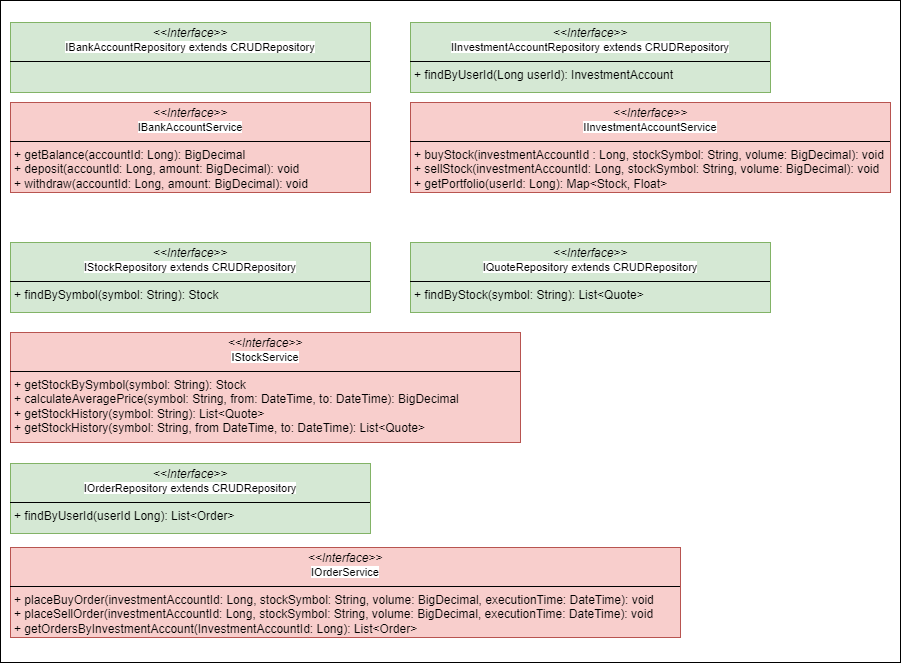
Earlier version of the draw.io export doc/diagrams/STACS_Finance_Interfaces.png (djthomann/FinancePepjekt). Source tidied: cells renumbered, new cells last; positions are measured from the earlier drawing's top-left corner, leaving out a move shared by most shapes.
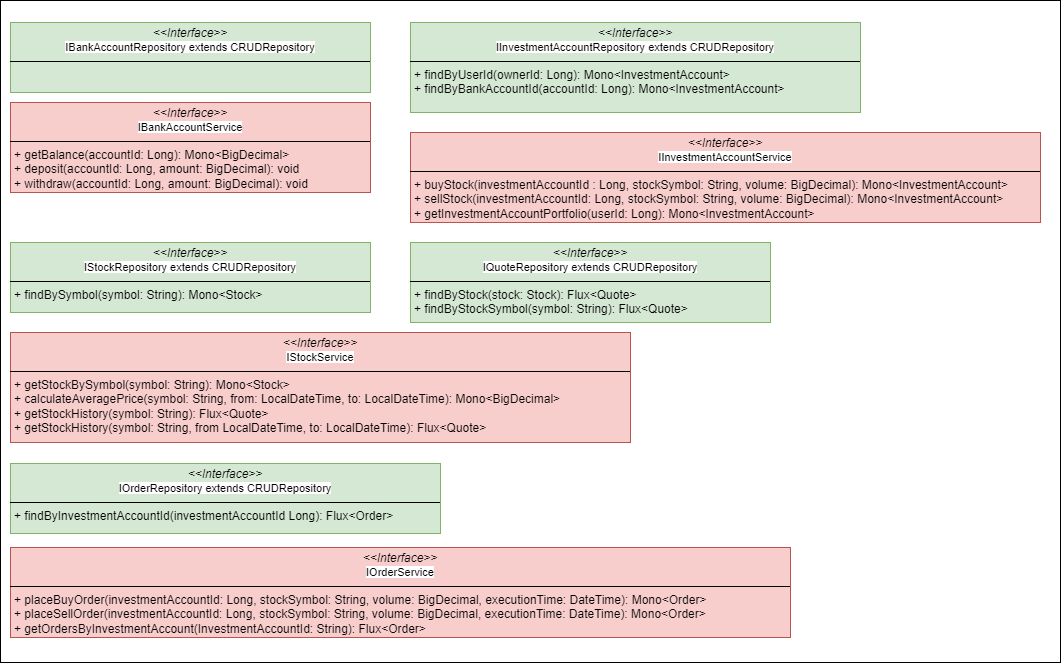
The same diagram one commit later.

Change to the diagram source:
```diff
@@ -3,34 +3,34 @@
     <mxCell id="0" />
     <mxCell id="1" parent="0" />
     <mxCell id="2" style="rounded=0;whiteSpace=wrap;html=1;" parent="1" vertex="1">
-      <mxGeometry width="900" height="662" as="geometry" />
+      <mxGeometry width="1060" height="662" as="geometry" />
     </mxCell>
     <mxCell id="3" value="&lt;p style=&quot;margin:0px;margin-top:4px;text-align:center;&quot;&gt;&lt;i&gt;&amp;lt;&amp;lt;Interface&amp;gt;&amp;gt;&lt;/i&gt;&lt;br&gt;&lt;span style=&quot;font-size: 11px; text-wrap-mode: nowrap; background-color: rgb(255, 255, 255);&quot;&gt;IBankAccountRepository extends CRUDRepository&lt;/span&gt;&lt;/p&gt;&lt;hr size=&quot;1&quot; style=&quot;border-style:solid;&quot;&gt;&lt;p style=&quot;margin:0px;margin-left:4px;&quot;&gt;&lt;br&gt;&lt;/p&gt;" style="verticalAlign=top;align=left;overflow=fill;html=1;whiteSpace=wrap;fillColor=#d5e8d4;strokeColor=#82b366;" parent="1" vertex="1">
       <mxGeometry x="10" y="22" width="360" height="70" as="geometry" />
     </mxCell>
-    <mxCell id="4" value="&lt;p style=&quot;margin:0px;margin-top:4px;text-align:center;&quot;&gt;&lt;i&gt;&amp;lt;&amp;lt;Interface&amp;gt;&amp;gt;&lt;/i&gt;&lt;br&gt;&lt;span style=&quot;font-size: 11px; text-wrap-mode: nowrap; background-color: rgb(255, 255, 255);&quot;&gt;IBankAccountService&lt;/span&gt;&lt;/p&gt;&lt;hr size=&quot;1&quot; style=&quot;border-style:solid;&quot;&gt;&lt;p style=&quot;margin:0px;margin-left:4px;&quot;&gt;+ getBalance(accountId: Long): BigDecimal&lt;/p&gt;&lt;p style=&quot;margin:0px;margin-left:4px;&quot;&gt;+ deposit(accountId: Long, amount: BigDecimal): void&lt;/p&gt;&lt;p style=&quot;margin:0px;margin-left:4px;&quot;&gt;+ withdraw(accountId: Long, amount: BigDecimal): void&lt;/p&gt;" style="verticalAlign=top;align=left;overflow=fill;html=1;whiteSpace=wrap;fillColor=#f8cecc;strokeColor=#b85450;" parent="1" vertex="1">
+    <mxCell id="4" value="&lt;p style=&quot;margin:0px;margin-top:4px;text-align:center;&quot;&gt;&lt;i&gt;&amp;lt;&amp;lt;Interface&amp;gt;&amp;gt;&lt;/i&gt;&lt;br&gt;&lt;span style=&quot;font-size: 11px; text-wrap-mode: nowrap; background-color: rgb(255, 255, 255);&quot;&gt;IBankAccountService&lt;/span&gt;&lt;/p&gt;&lt;hr size=&quot;1&quot; style=&quot;border-style:solid;&quot;&gt;&lt;p style=&quot;margin:0px;margin-left:4px;&quot;&gt;+ getBalance(accountId: Long):&amp;nbsp;Mono&amp;lt;BigDecimal&amp;gt;&lt;/p&gt;&lt;p style=&quot;margin:0px;margin-left:4px;&quot;&gt;&lt;span style=&quot;background-color: initial;&quot;&gt;+ deposit(accountId: Long, amount: BigDecimal): void&lt;/span&gt;&lt;/p&gt;&lt;p style=&quot;margin:0px;margin-left:4px;&quot;&gt;+ withdraw(accountId: Long, amount: BigDecimal): void&lt;/p&gt;" style="verticalAlign=top;align=left;overflow=fill;html=1;whiteSpace=wrap;fillColor=#f8cecc;strokeColor=#b85450;" parent="1" vertex="1">
       <mxGeometry x="10" y="102" width="360" height="90" as="geometry" />
     </mxCell>
-    <mxCell id="5" value="&lt;p style=&quot;margin:0px;margin-top:4px;text-align:center;&quot;&gt;&lt;i&gt;&amp;lt;&amp;lt;Interface&amp;gt;&amp;gt;&lt;/i&gt;&lt;br&gt;&lt;span style=&quot;font-size: 11px; text-wrap-mode: nowrap; background-color: rgb(255, 255, 255);&quot;&gt;IStockRepository extends CRUDRepository&lt;/span&gt;&lt;/p&gt;&lt;hr size=&quot;1&quot; style=&quot;border-style:solid;&quot;&gt;&lt;p style=&quot;margin:0px;margin-left:4px;&quot;&gt;+ findBySymbol(symbol: String): Stock&lt;/p&gt;" style="verticalAlign=top;align=left;overflow=fill;html=1;whiteSpace=wrap;fillColor=#d5e8d4;strokeColor=#82b366;" parent="1" vertex="1">
+    <mxCell id="5" value="&lt;p style=&quot;margin:0px;margin-top:4px;text-align:center;&quot;&gt;&lt;i&gt;&amp;lt;&amp;lt;Interface&amp;gt;&amp;gt;&lt;/i&gt;&lt;br&gt;&lt;span style=&quot;font-size: 11px; text-wrap-mode: nowrap; background-color: rgb(255, 255, 255);&quot;&gt;IStockRepository extends CRUDRepository&lt;/span&gt;&lt;/p&gt;&lt;hr size=&quot;1&quot; style=&quot;border-style:solid;&quot;&gt;&lt;p style=&quot;margin:0px;margin-left:4px;&quot;&gt;+ findBySymbol(symbol: String): Mono&amp;lt;Stock&amp;gt;&lt;/p&gt;" style="verticalAlign=top;align=left;overflow=fill;html=1;whiteSpace=wrap;fillColor=#d5e8d4;strokeColor=#82b366;" parent="1" vertex="1">
       <mxGeometry x="10" y="242" width="360" height="70" as="geometry" />
     </mxCell>
-    <mxCell id="6" value="&lt;p style=&quot;margin:0px;margin-top:4px;text-align:center;&quot;&gt;&lt;i&gt;&amp;lt;&amp;lt;Interface&amp;gt;&amp;gt;&lt;/i&gt;&lt;br&gt;&lt;span style=&quot;font-size: 11px; text-wrap-mode: nowrap; background-color: rgb(255, 255, 255);&quot;&gt;IStockService&lt;/span&gt;&lt;/p&gt;&lt;hr size=&quot;1&quot; style=&quot;border-style:solid;&quot;&gt;&lt;p style=&quot;margin:0px;margin-left:4px;&quot;&gt;+ getStockBySymbol(symbol: String): Stock&lt;/p&gt;&lt;p style=&quot;margin:0px;margin-left:4px;&quot;&gt;+ calculateAveragePrice(symbol: String,&amp;nbsp;&lt;span style=&quot;background-color: initial;&quot;&gt;from: DateTime, to: DateTime): BigDecimal&lt;/span&gt;&lt;/p&gt;&lt;p style=&quot;margin:0px;margin-left:4px;&quot;&gt;&lt;span style=&quot;background-color: initial;&quot;&gt;+ getStockHistory(symbol: String): List&amp;lt;Quote&amp;gt;&lt;/span&gt;&lt;/p&gt;&lt;p style=&quot;margin:0px;margin-left:4px;&quot;&gt;&lt;span style=&quot;background-color: initial;&quot;&gt;+ getStockHistory(symbol: String, from DateTime, to: DateTime): List&amp;lt;Quote&amp;gt;&lt;/span&gt;&lt;/p&gt;" style="verticalAlign=top;align=left;overflow=fill;html=1;whiteSpace=wrap;fillColor=#f8cecc;strokeColor=#b85450;" parent="1" vertex="1">
-      <mxGeometry x="10" y="332" width="510" height="110" as="geometry" />
+    <mxCell id="6" value="&lt;p style=&quot;margin:0px;margin-top:4px;text-align:center;&quot;&gt;&lt;i&gt;&amp;lt;&amp;lt;Interface&amp;gt;&amp;gt;&lt;/i&gt;&lt;br&gt;&lt;span style=&quot;font-size: 11px; text-wrap-mode: nowrap; background-color: rgb(255, 255, 255);&quot;&gt;IStockService&lt;/span&gt;&lt;/p&gt;&lt;hr size=&quot;1&quot; style=&quot;border-style:solid;&quot;&gt;&lt;p style=&quot;margin:0px;margin-left:4px;&quot;&gt;+ getStockBySymbol(symbol: String): Mono&amp;lt;Stock&amp;gt;&lt;/p&gt;&lt;p style=&quot;margin:0px;margin-left:4px;&quot;&gt;+ calculateAveragePrice(symbol: String,&amp;nbsp;from:&amp;nbsp;LocalDateTime&lt;span style=&quot;background-color: initial;&quot;&gt;, to: LocalDateTime): Mono&amp;lt;BigDecimal&amp;gt;&lt;/span&gt;&lt;/p&gt;&lt;p style=&quot;margin:0px;margin-left:4px;&quot;&gt;&lt;span style=&quot;background-color: initial;&quot;&gt;+ getStockHistory(symbol: String): Flux&amp;lt;Quote&amp;gt;&lt;/span&gt;&lt;/p&gt;&lt;p style=&quot;margin:0px;margin-left:4px;&quot;&gt;&lt;span style=&quot;background-color: initial;&quot;&gt;+ getStockHistory(symbol: String, from LocalDateTime, to: LocalDateTime): Flux&amp;lt;Quote&amp;gt;&lt;/span&gt;&lt;/p&gt;" style="verticalAlign=top;align=left;overflow=fill;html=1;whiteSpace=wrap;fillColor=#f8cecc;strokeColor=#b85450;" parent="1" vertex="1">
+      <mxGeometry x="10" y="332" width="620" height="110" as="geometry" />
     </mxCell>
-    <mxCell id="7" value="&lt;p style=&quot;margin:0px;margin-top:4px;text-align:center;&quot;&gt;&lt;i&gt;&amp;lt;&amp;lt;Interface&amp;gt;&amp;gt;&lt;/i&gt;&lt;br&gt;&lt;span style=&quot;font-size: 11px; text-wrap-mode: nowrap; background-color: rgb(255, 255, 255);&quot;&gt;IInvestmentAccountRepository extends CRUDRepository&lt;/span&gt;&lt;/p&gt;&lt;hr size=&quot;1&quot; style=&quot;border-style:solid;&quot;&gt;&lt;p style=&quot;margin:0px;margin-left:4px;&quot;&gt;+ findByUserId(Long userId): InvestmentAccount&lt;/p&gt;" style="verticalAlign=top;align=left;overflow=fill;html=1;whiteSpace=wrap;fillColor=#d5e8d4;strokeColor=#82b366;" parent="1" vertex="1">
-      <mxGeometry x="410" y="22" width="360" height="70" as="geometry" />
+    <mxCell id="7" value="&lt;p style=&quot;margin:0px;margin-top:4px;text-align:center;&quot;&gt;&lt;i&gt;&amp;lt;&amp;lt;Interface&amp;gt;&amp;gt;&lt;/i&gt;&lt;br&gt;&lt;span style=&quot;font-size: 11px; text-wrap-mode: nowrap; background-color: rgb(255, 255, 255);&quot;&gt;IInvestmentAccountRepository extends CRUDRepository&lt;/span&gt;&lt;/p&gt;&lt;hr size=&quot;1&quot; style=&quot;border-style:solid;&quot;&gt;&lt;p style=&quot;margin:0px;margin-left:4px;&quot;&gt;+ findByUserId(ownerId: Long): Mono&amp;lt;InvestmentAccount&amp;gt;&lt;/p&gt;&lt;p style=&quot;margin:0px;margin-left:4px;&quot;&gt;+ findByBankAccountId(accountId: Long): Mono&amp;lt;InvestmentAccount&amp;gt;&lt;/p&gt;" style="verticalAlign=top;align=left;overflow=fill;html=1;whiteSpace=wrap;fillColor=#d5e8d4;strokeColor=#82b366;" parent="1" vertex="1">
+      <mxGeometry x="410" y="22" width="450" height="90" as="geometry" />
     </mxCell>
-    <mxCell id="8" value="&lt;p style=&quot;margin:0px;margin-top:4px;text-align:center;&quot;&gt;&lt;i&gt;&amp;lt;&amp;lt;Interface&amp;gt;&amp;gt;&lt;/i&gt;&lt;br&gt;&lt;span style=&quot;font-size: 11px; text-wrap-mode: nowrap; background-color: rgb(255, 255, 255);&quot;&gt;IInvestmentAccountService&lt;/span&gt;&lt;/p&gt;&lt;hr size=&quot;1&quot; style=&quot;border-style:solid;&quot;&gt;&lt;p style=&quot;margin:0px;margin-left:4px;&quot;&gt;+ buyStock(investmentAccountId : Long, stockSymbol: String, volume: BigDecimal): void&lt;/p&gt;&lt;p style=&quot;margin:0px;margin-left:4px;&quot;&gt;+ sellStock(investmentAccountId: Long, stockSymbol: String, volume: BigDecimal): void&lt;br&gt;+ getPortfolio(userId: Long): Map&amp;lt;Stock, Float&amp;gt;&lt;/p&gt;" style="verticalAlign=top;align=left;overflow=fill;html=1;whiteSpace=wrap;fillColor=#f8cecc;strokeColor=#b85450;" parent="1" vertex="1">
-      <mxGeometry x="410" y="102" width="480" height="90" as="geometry" />
+    <mxCell id="8" value="&lt;p style=&quot;margin:0px;margin-top:4px;text-align:center;&quot;&gt;&lt;i&gt;&amp;lt;&amp;lt;Interface&amp;gt;&amp;gt;&lt;/i&gt;&lt;br&gt;&lt;span style=&quot;font-size: 11px; text-wrap-mode: nowrap; background-color: rgb(255, 255, 255);&quot;&gt;IInvestmentAccountService&lt;/span&gt;&lt;/p&gt;&lt;hr size=&quot;1&quot; style=&quot;border-style:solid;&quot;&gt;&lt;p style=&quot;margin:0px;margin-left:4px;&quot;&gt;+ buyStock(investmentAccountId : Long, stockSymbol: String, volume: BigDecimal): Mono&amp;lt;InvestmentAccount&amp;gt;&lt;/p&gt;&lt;p style=&quot;margin:0px;margin-left:4px;&quot;&gt;+ sellStock(investmentAccountId: Long, stockSymbol: String, volume: BigDecimal): Mono&amp;lt;InvestmentAccount&amp;gt;&lt;br&gt;+ getInvestmentAccountPortfolio(userId: Long): Mono&amp;lt;InvestmentAccount&amp;gt;&lt;/p&gt;" style="verticalAlign=top;align=left;overflow=fill;html=1;whiteSpace=wrap;fillColor=#f8cecc;strokeColor=#b85450;" parent="1" vertex="1">
+      <mxGeometry x="410" y="132" width="630" height="90" as="geometry" />
     </mxCell>
-    <mxCell id="9" value="&lt;p style=&quot;margin:0px;margin-top:4px;text-align:center;&quot;&gt;&lt;i&gt;&amp;lt;&amp;lt;Interface&amp;gt;&amp;gt;&lt;/i&gt;&lt;br&gt;&lt;span style=&quot;font-size: 11px; text-wrap-mode: nowrap; background-color: rgb(255, 255, 255);&quot;&gt;IOrderService&lt;/span&gt;&lt;/p&gt;&lt;hr size=&quot;1&quot; style=&quot;border-style:solid;&quot;&gt;&lt;p style=&quot;margin:0px;margin-left:4px;&quot;&gt;+ placeBuyOrder(investmentAccountId: Long, stockSymbol: String, volume: BigDecimal, executionTime: DateTime): void&lt;/p&gt;&lt;p style=&quot;margin:0px;margin-left:4px;&quot;&gt;+ placeSellOrder(investmentAccountId: Long, stockSymbol: String,&amp;nbsp;volume:&amp;nbsp;BigDecimal&lt;span style=&quot;background-color: initial;&quot;&gt;,&amp;nbsp;&lt;/span&gt;&lt;span style=&quot;background-color: initial;&quot;&gt;executionTime: DateTime&lt;/span&gt;&lt;span style=&quot;background-color: initial;&quot;&gt;): void&lt;/span&gt;&lt;/p&gt;&lt;p style=&quot;margin:0px;margin-left:4px;&quot;&gt;&lt;span style=&quot;background-color: initial;&quot;&gt;+ getOrdersByInvestmentAccount(InvestmentAccountId: Long): List&amp;lt;Order&amp;gt;&lt;/span&gt;&lt;/p&gt;" style="verticalAlign=top;align=left;overflow=fill;html=1;whiteSpace=wrap;fillColor=#f8cecc;strokeColor=#b85450;" parent="1" vertex="1">
-      <mxGeometry x="10" y="547" width="670" height="90" as="geometry" />
+    <mxCell id="9" value="&lt;p style=&quot;margin:0px;margin-top:4px;text-align:center;&quot;&gt;&lt;i&gt;&amp;lt;&amp;lt;Interface&amp;gt;&amp;gt;&lt;/i&gt;&lt;br&gt;&lt;span style=&quot;font-size: 11px; text-wrap-mode: nowrap; background-color: rgb(255, 255, 255);&quot;&gt;IOrderService&lt;/span&gt;&lt;/p&gt;&lt;hr size=&quot;1&quot; style=&quot;border-style:solid;&quot;&gt;&lt;p style=&quot;margin:0px;margin-left:4px;&quot;&gt;+ placeBuyOrder(investmentAccountId: Long, stockSymbol: String, volume: BigDecimal, executionTime: DateTime): Mono&amp;lt;Order&amp;gt;&lt;/p&gt;&lt;p style=&quot;margin:0px;margin-left:4px;&quot;&gt;+ placeSellOrder(investmentAccountId: Long, stockSymbol: String,&amp;nbsp;volume:&amp;nbsp;BigDecimal&lt;span style=&quot;background-color: initial;&quot;&gt;,&amp;nbsp;&lt;/span&gt;&lt;span style=&quot;background-color: initial;&quot;&gt;executionTime: DateTime&lt;/span&gt;&lt;span style=&quot;background-color: initial;&quot;&gt;): Mono&amp;lt;Order&amp;gt;&lt;/span&gt;&lt;/p&gt;&lt;p style=&quot;margin:0px;margin-left:4px;&quot;&gt;&lt;span style=&quot;background-color: initial;&quot;&gt;+ getOrdersByInvestmentAccount(InvestmentAccountId: String): Flux&amp;lt;Order&amp;gt;&lt;/span&gt;&lt;/p&gt;" style="verticalAlign=top;align=left;overflow=fill;html=1;whiteSpace=wrap;fillColor=#f8cecc;strokeColor=#b85450;" parent="1" vertex="1">
+      <mxGeometry x="10" y="547" width="780" height="90" as="geometry" />
     </mxCell>
-    <mxCell id="10" value="&lt;p style=&quot;margin:0px;margin-top:4px;text-align:center;&quot;&gt;&lt;i&gt;&amp;lt;&amp;lt;Interface&amp;gt;&amp;gt;&lt;/i&gt;&lt;br&gt;&lt;span style=&quot;font-size: 11px; text-wrap-mode: nowrap; background-color: rgb(255, 255, 255);&quot;&gt;IOrderRepository extends CRUDRepository&lt;/span&gt;&lt;/p&gt;&lt;hr size=&quot;1&quot; style=&quot;border-style:solid;&quot;&gt;&lt;p style=&quot;margin:0px;margin-left:4px;&quot;&gt;+ findByUserId(userId Long): List&amp;lt;Order&amp;gt;&lt;/p&gt;" style="verticalAlign=top;align=left;overflow=fill;html=1;whiteSpace=wrap;fillColor=#d5e8d4;strokeColor=#82b366;" parent="1" vertex="1">
-      <mxGeometry x="10" y="463" width="360" height="70" as="geometry" />
+    <mxCell id="10" value="&lt;p style=&quot;margin:0px;margin-top:4px;text-align:center;&quot;&gt;&lt;i&gt;&amp;lt;&amp;lt;Interface&amp;gt;&amp;gt;&lt;/i&gt;&lt;br&gt;&lt;span style=&quot;font-size: 11px; text-wrap-mode: nowrap; background-color: rgb(255, 255, 255);&quot;&gt;IOrderRepository extends CRUDRepository&lt;/span&gt;&lt;/p&gt;&lt;hr size=&quot;1&quot; style=&quot;border-style:solid;&quot;&gt;&lt;p style=&quot;margin:0px;margin-left:4px;&quot;&gt;+ findByInvestmentAccountId(investmentAccountId Long): Flux&amp;lt;Order&amp;gt;&lt;/p&gt;" style="verticalAlign=top;align=left;overflow=fill;html=1;whiteSpace=wrap;fillColor=#d5e8d4;strokeColor=#82b366;" parent="1" vertex="1">
+      <mxGeometry x="10" y="463" width="430" height="70" as="geometry" />
     </mxCell>
-    <mxCell id="11" value="&lt;p style=&quot;margin:0px;margin-top:4px;text-align:center;&quot;&gt;&lt;i&gt;&amp;lt;&amp;lt;Interface&amp;gt;&amp;gt;&lt;/i&gt;&lt;br&gt;&lt;span style=&quot;font-size: 11px; text-wrap-mode: nowrap; background-color: rgb(255, 255, 255);&quot;&gt;IQuoteRepository extends CRUDRepository&lt;/span&gt;&lt;/p&gt;&lt;hr size=&quot;1&quot; style=&quot;border-style:solid;&quot;&gt;&lt;p style=&quot;margin:0px;margin-left:4px;&quot;&gt;+ findByStock(symbol: String): List&amp;lt;Quote&amp;gt;&lt;/p&gt;" style="verticalAlign=top;align=left;overflow=fill;html=1;whiteSpace=wrap;fillColor=#d5e8d4;strokeColor=#82b366;" parent="1" vertex="1">
-      <mxGeometry x="410" y="242" width="360" height="70" as="geometry" />
+    <mxCell id="11" value="&lt;p style=&quot;margin:0px;margin-top:4px;text-align:center;&quot;&gt;&lt;i&gt;&amp;lt;&amp;lt;Interface&amp;gt;&amp;gt;&lt;/i&gt;&lt;br&gt;&lt;span style=&quot;font-size: 11px; text-wrap-mode: nowrap; background-color: rgb(255, 255, 255);&quot;&gt;IQuoteRepository extends CRUDRepository&lt;/span&gt;&lt;/p&gt;&lt;hr size=&quot;1&quot; style=&quot;border-style:solid;&quot;&gt;&lt;p style=&quot;margin:0px;margin-left:4px;&quot;&gt;+ findByStock(stock: Stock): Flux&amp;lt;Quote&amp;gt;&lt;/p&gt;&lt;p style=&quot;margin:0px;margin-left:4px;&quot;&gt;+ findByStockSymbol(symbol: String): Flux&amp;lt;Quote&amp;gt;&lt;/p&gt;" style="verticalAlign=top;align=left;overflow=fill;html=1;whiteSpace=wrap;fillColor=#d5e8d4;strokeColor=#82b366;" parent="1" vertex="1">
+      <mxGeometry x="410" y="242" width="360" height="80" as="geometry" />
     </mxCell>
   </root>
 </mxGraphModel>
```
